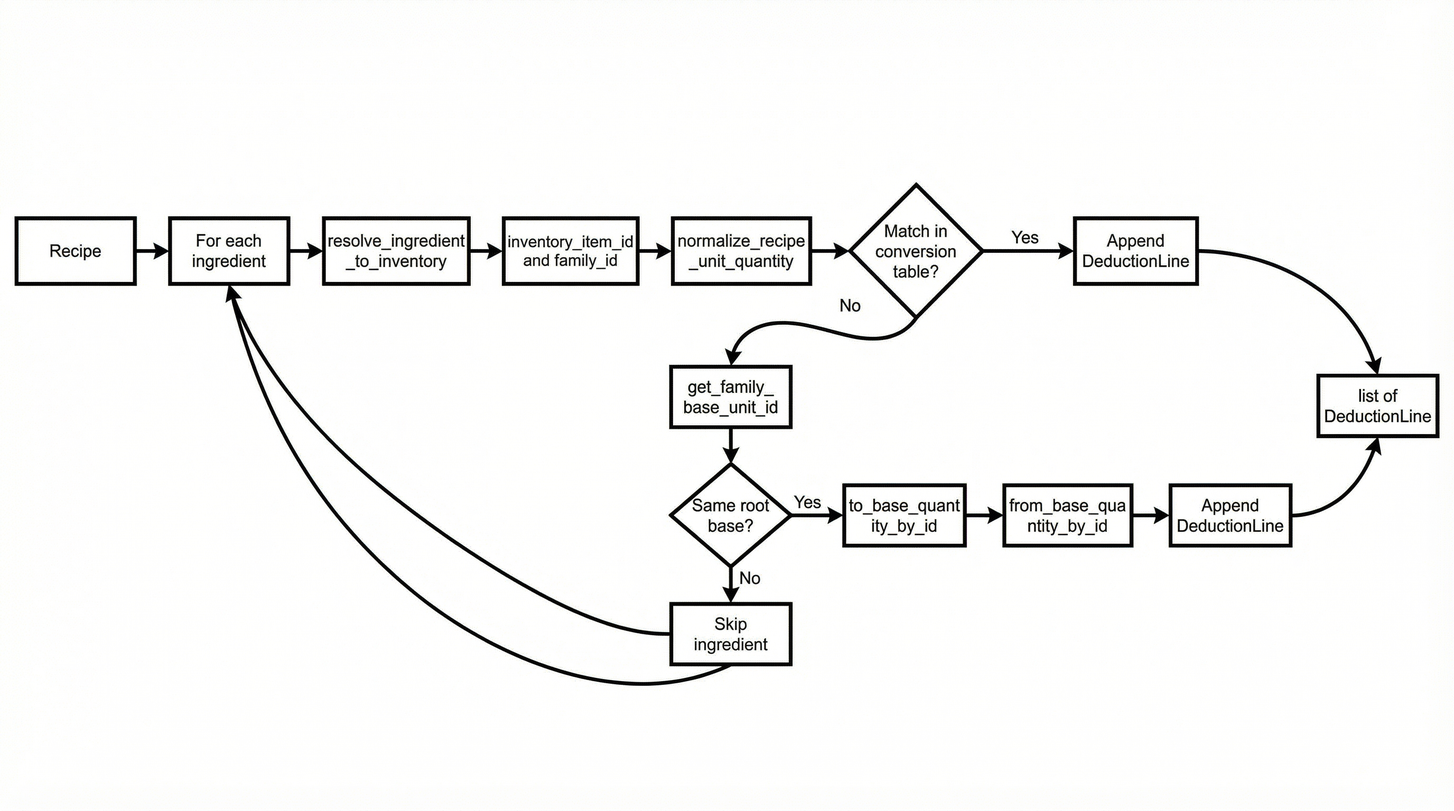
Above: docs/Architecture/images/normalization-04-recipe-to-deduction.png in Alanbahena/zenet-mvp-jupyter (Mermaid), before the change. Its source is kept beside it as docs/Architecture/images/normalization-04-recipe-to-deduction.mmd.
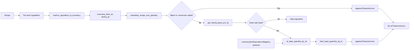
After the change.

Diff of the diagram source:
```diff
@@ -8,6 +8,7 @@
     Table -->|No| FamilyBase[get_family_base_unit_id]
     FamilyBase --> SameRoot{Same root base?}
     SameRoot -->|Yes| ToBase[to_base_quantity_by_id]
+    EqReg[InventoryUnitEquivalenceRegistry optional] -.-> ToBase
     ToBase --> FromBase[from_base_quantity_by_id]
     FromBase --> Append2[Append DeductionLine]
     SameRoot -->|No| Skip[Skip ingredient]
```
